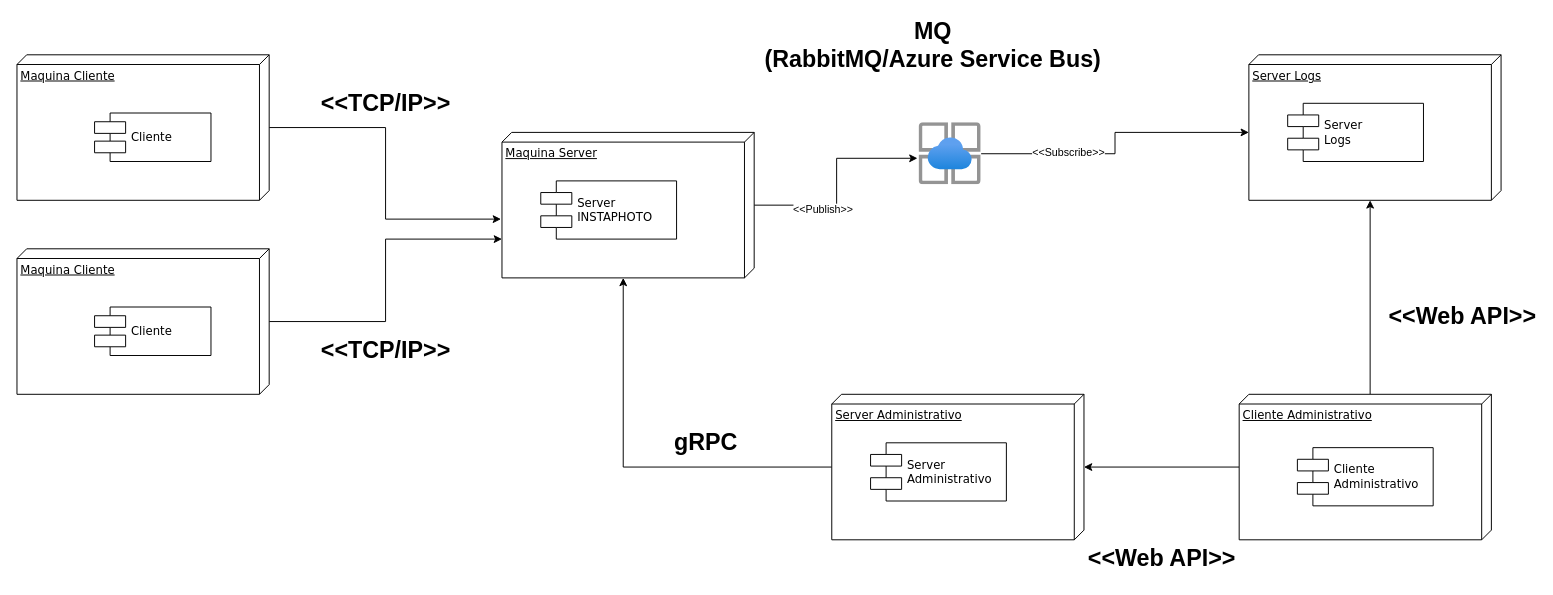
Before: Arquitectura Obligatorio.drawio in santitopo/distributed-architecture-instaphoto, a draw.io diagram. Source tidied: cells renumbered, new cells numbered last; positions are measured from the earlier drawing's top-left corner, leaving out a move shared by most shapes. Both pictures are drawn from the tidied source at 97%, with x=0, y=0 at pixel (16, 25).
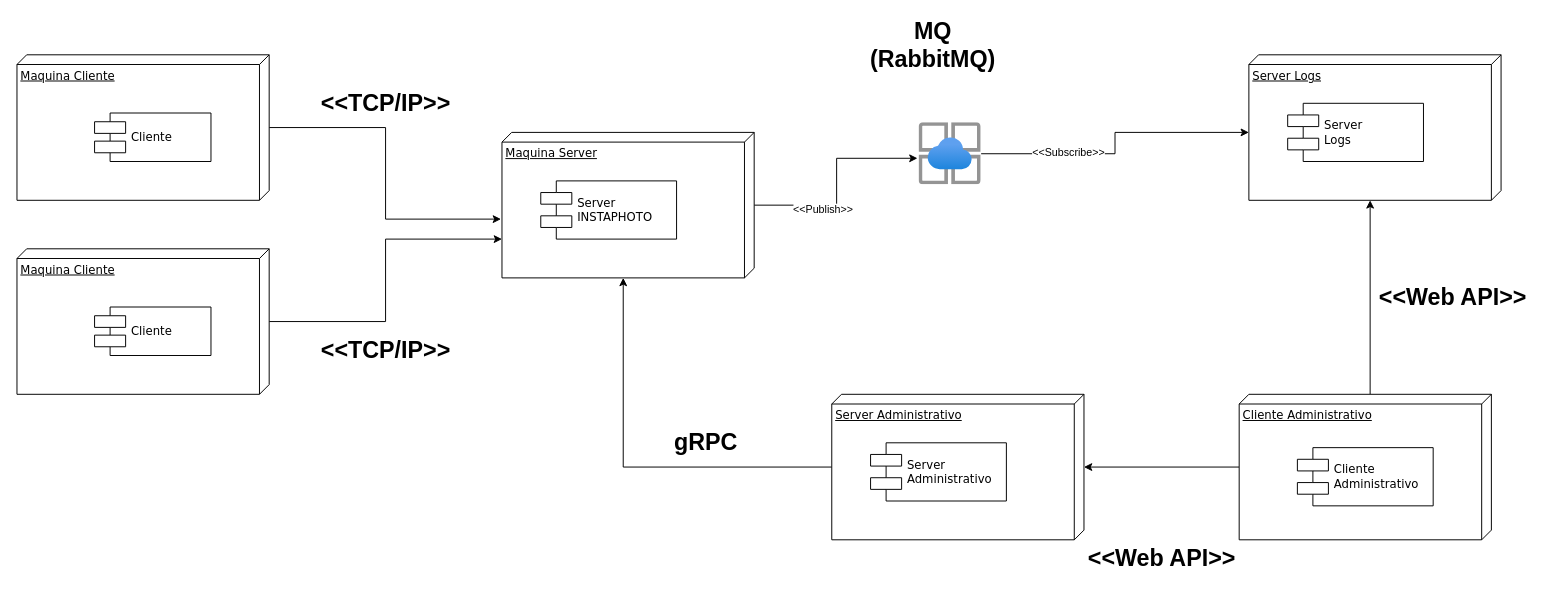
Above is the later version.

What changed in the source:
```diff
@@
-    <mxCell id="19" value="MQ&lt;br&gt;(RabbitMQ/Azure Service Bus)" style="text;strokeColor=none;fillColor=none;html=1;fontSize=24;fontStyle=1;verticalAlign=middle;align=center;" parent="1" vertex="1">
+    <mxCell id="19" value="MQ&lt;br&gt;(RabbitMQ)" style="text;strokeColor=none;fillColor=none;html=1;fontSize=24;fontStyle=1;verticalAlign=middle;align=center;" parent="1" vertex="1">
       <mxGeometry x="894" width="100" height="40" as="geometry" />
     </mxCell>
@@
     <mxCell id="28" value="&amp;lt;&amp;lt;Web API&amp;gt;&amp;gt;" style="text;strokeColor=none;fillColor=none;html=1;fontSize=24;fontStyle=1;verticalAlign=middle;align=center;" parent="1" vertex="1">
-      <mxGeometry x="1440" y="280" width="100" height="40" as="geometry" />
+      <mxGeometry x="1430" y="260" width="100" height="40" as="geometry" />
     </mxCell>
```
